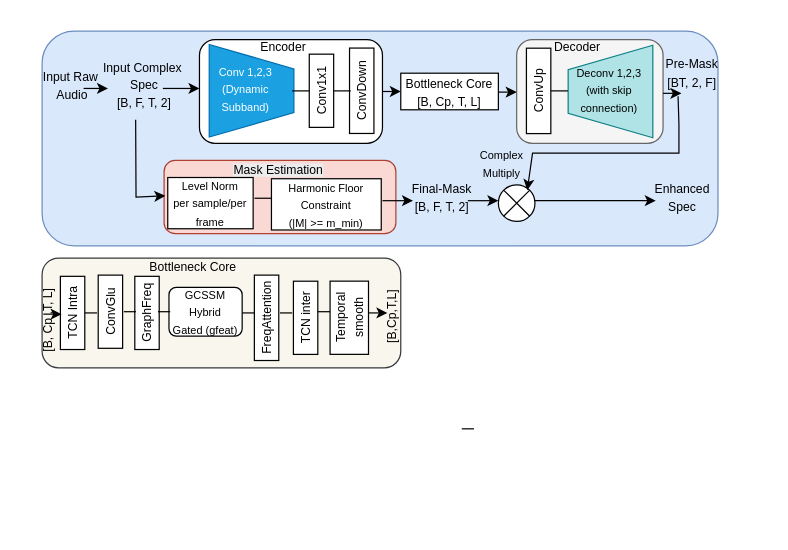
This is Untitled Diagram.drawio from drchk/Timeseries_fuction, a draw.io file, before an edit. Source tidied: cells renumbered, new cells numbered last; positions are measured from the earlier drawing's top-left corner, leaving out a move shared by most shapes. Both pictures are drawn from the tidied source at 122%, with x=0, y=0 at pixel (5, 28).
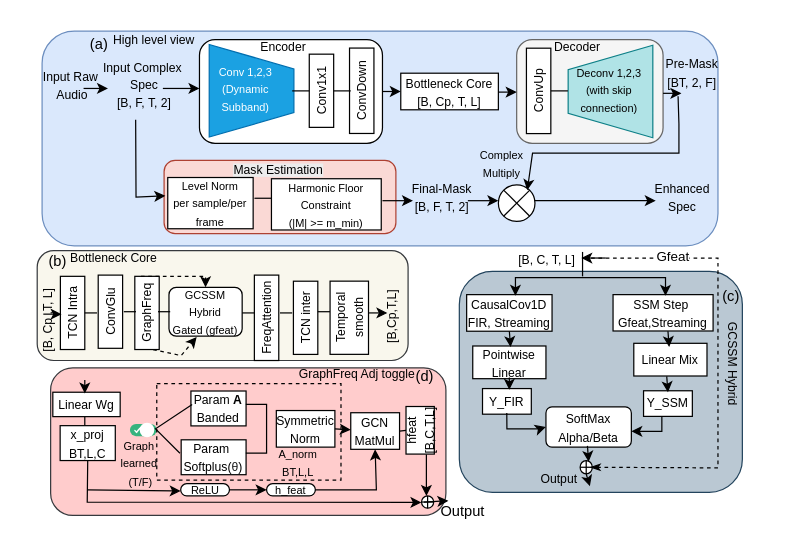
The same page after the edit.

Unchanged cells that the change refers to:
```xml
<mxCell id="45" value="&lt;font style=&quot;font-size: 10px;&quot;&gt;GraphFreq&lt;/font&gt;" style="rounded=0;whiteSpace=wrap;html=1;rotation=-90;" parent="1" vertex="1">
  <mxGeometry x="86" y="223" width="60" height="20" as="geometry" />
</mxCell>
<mxCell id="49" value="&lt;font style=&quot;font-size: 9px;&quot;&gt;GCSSM&lt;/font&gt;&lt;div&gt;&lt;font style=&quot;font-size: 9px;&quot;&gt;Hybrid&lt;/font&gt;&lt;/div&gt;&lt;div&gt;&lt;font style=&quot;font-size: 9px;&quot;&gt;Gated (gfeat)&lt;/font&gt;&lt;/div&gt;" style="rounded=1;whiteSpace=wrap;html=1;" parent="1" vertex="1">
  <mxGeometry x="134" y="212" width="60" height="40" as="geometry" />
</mxCell>
```

What changed in the source:
```diff
@@
+    <mxCell id="60" style="rounded=1;whiteSpace=wrap;html=1;fillColor=#ffcccc;strokeColor=#36393d;" parent="1" vertex="1">
+      <mxGeometry x="37" y="278" width="324" height="121" as="geometry" />
+    </mxCell>
@@
     <mxCell id="12" style="endArrow=none;html=1;rounded=0;" parent="1" edge="1">
       <mxGeometry relative="1" as="geometry">
-        <mxPoint x="374" y="328" as="sourcePoint" />
-        <mxPoint x="384" y="328" as="targetPoint" />
+        <mxPoint x="65" y="333" as="sourcePoint" />
+        <mxPoint x="65" y="318" as="targetPoint" />
       </mxGeometry>
     </mxCell>
@@
     <mxCell id="41" style="rounded=1;whiteSpace=wrap;html=1;fillColor=#f9f7ed;strokeColor=#36393d;" parent="1" vertex="1">
-      <mxGeometry x="30" y="188" width="294" height="90" as="geometry" />
+      <mxGeometry x="26" y="182" width="304" height="90" as="geometry" />
     </mxCell>
     <mxCell id="42" value="&lt;font style=&quot;font-size: 10px;&quot;&gt;Bottleneck Core&lt;/font&gt;" style="text;html=1;whiteSpace=wrap;strokeColor=none;fillColor=none;align=center;verticalAlign=middle;rounded=0;" parent="1" vertex="1">
-      <mxGeometry x="114" y="180" width="80" height="30" as="geometry" />
+      <mxGeometry x="49" y="173" width="80" height="30" as="geometry" />
     </mxCell>
@@
+    <mxCell id="61" style="endArrow=classic;html=1;rounded=0;exitX=0;exitY=0.75;exitDx=0;exitDy=0;entryX=0.378;entryY=1.017;entryDx=0;entryDy=0;entryPerimeter=0;dashed=1;" parent="1" edge="1" source="45" target="49">
+      <mxGeometry relative="1" as="geometry">
+        <Array as="points">
+          <mxPoint x="144" y="268" />
+        </Array>
+      </mxGeometry>
+    </mxCell>
+    <mxCell id="62" style="endArrow=classic;html=1;rounded=0;exitX=1;exitY=0.25;exitDx=0;exitDy=0;entryX=0.5;entryY=0;entryDx=0;entryDy=0;dashed=1;" parent="1" edge="1" source="45" target="49">
+      <mxGeometry relative="1" as="geometry">
+        <Array as="points">
+          <mxPoint x="164" y="203" />
+        </Array>
+      </mxGeometry>
+    </mxCell>
+    <mxCell id="63" style="rounded=1;whiteSpace=wrap;html=1;fillColor=#bac8d3;strokeColor=#23445d;" parent="1" vertex="1">
+      <mxGeometry x="372" y="199" width="232" height="181" as="geometry" />
+    </mxCell>
+    <mxCell id="64" value="&lt;font style=&quot;font-size: 10px;&quot;&gt;GCSSM Hybrid&lt;/font&gt;" style="text;html=1;whiteSpace=wrap;strokeColor=none;fillColor=none;align=center;verticalAlign=middle;rounded=0;rotation=90;" parent="1" vertex="1">
+      <mxGeometry x="527" y="260" width="140" height="30" as="geometry" />
+    </mxCell>
+    <mxCell id="65" value="&lt;font style=&quot;font-size: 10px;&quot;&gt;CausalCov1D&lt;/font&gt;&lt;div&gt;&lt;font style=&quot;font-size: 10px;&quot;&gt;FIR, Streaming&lt;/font&gt;&lt;/div&gt;" style="rounded=0;whiteSpace=wrap;html=1;" parent="1" vertex="1">
+      <mxGeometry x="378" y="218" width="70" height="30" as="geometry" />
+    </mxCell>
+    <mxCell id="66" value="&lt;font style=&quot;font-size: 10px;&quot;&gt;Pointwise&lt;/font&gt;&lt;div&gt;&lt;font style=&quot;font-size: 10px;&quot;&gt;Linear&lt;/font&gt;&lt;/div&gt;" style="rounded=0;whiteSpace=wrap;html=1;" parent="1" vertex="1">
+      <mxGeometry x="383" y="260.1" width="60" height="26.8" as="geometry" />
+    </mxCell>
+    <mxCell id="67" value="&lt;font style=&quot;font-size: 10px;&quot;&gt;Y_FIR&lt;/font&gt;" style="rounded=0;whiteSpace=wrap;html=1;" parent="1" vertex="1">
+      <mxGeometry x="391" y="295" width="40" height="21" as="geometry" />
+    </mxCell>
+    <mxCell id="68" style="endArrow=classic;html=1;rounded=0;exitX=0.5;exitY=1;exitDx=0;exitDy=0;" parent="1" edge="1" source="65">
+      <mxGeometry relative="1" as="geometry">
+        <mxPoint x="414" y="261" as="targetPoint" />
+      </mxGeometry>
+    </mxCell>
+    <mxCell id="69" style="endArrow=classic;html=1;rounded=0;" parent="1" edge="1">
+      <mxGeometry relative="1" as="geometry">
+        <mxPoint x="413" y="286" as="sourcePoint" />
+        <mxPoint x="413" y="296" as="targetPoint" />
+        <Array as="points">
+          <mxPoint x="413" y="296" />
+        </Array>
+      </mxGeometry>
+    </mxCell>
+    <mxCell id="70" style="endArrow=classic;html=1;rounded=0;entryX=0;entryY=0.5;entryDx=0;entryDy=0;" parent="1" edge="1" target="71">
+      <mxGeometry relative="1" as="geometry">
+        <mxPoint x="410.9" y="315" as="sourcePoint" />
+        <Array as="points">
+          <mxPoint x="411" y="328" />
+          <mxPoint x="438" y="328" />
+        </Array>
+      </mxGeometry>
+    </mxCell>
+    <mxCell id="71" value="&lt;font style=&quot;font-size: 10px;&quot;&gt;SoftMax&lt;/font&gt;&lt;div&gt;&lt;font style=&quot;font-size: 10px;&quot;&gt;Alpha/Beta&lt;/font&gt;&lt;/div&gt;" style="rounded=1;whiteSpace=wrap;html=1;" parent="1" vertex="1">
+      <mxGeometry x="443" y="310" width="70" height="33" as="geometry" />
+    </mxCell>
+    <mxCell id="72" value="&lt;span style=&quot;font-size: 10px;&quot;&gt;SSM Step&amp;nbsp;&lt;/span&gt;&lt;div&gt;&lt;span style=&quot;font-size: 10px;&quot;&gt;Gfeat,Streaming&lt;/span&gt;&lt;/div&gt;" style="rounded=0;whiteSpace=wrap;html=1;" parent="1" vertex="1">
+      <mxGeometry x="498" y="218" width="82" height="29.8" as="geometry" />
+    </mxCell>
+    <mxCell id="73" value="&lt;span style=&quot;font-size: 10px;&quot;&gt;Linear Mix&lt;/span&gt;" style="rounded=0;whiteSpace=wrap;html=1;" parent="1" vertex="1">
+      <mxGeometry x="515" y="257.9" width="60" height="26.8" as="geometry" />
+    </mxCell>
+    <mxCell id="74" value="&lt;font style=&quot;font-size: 10px;&quot;&gt;Y_SSM&lt;/font&gt;" style="rounded=0;whiteSpace=wrap;html=1;" parent="1" vertex="1">
+      <mxGeometry x="523" y="296.8" width="40" height="21" as="geometry" />
+    </mxCell>
+    <mxCell id="75" style="endArrow=classic;html=1;rounded=0;exitX=0.5;exitY=1;exitDx=0;exitDy=0;" parent="1" edge="1">
+      <mxGeometry relative="1" as="geometry">
+        <mxPoint x="543" y="248" as="sourcePoint" />
+        <mxPoint x="544" y="261" as="targetPoint" />
+      </mxGeometry>
+    </mxCell>
+    <mxCell id="76" style="endArrow=classic;html=1;rounded=0;exitX=0.5;exitY=1;exitDx=0;exitDy=0;" parent="1" edge="1">
+      <mxGeometry relative="1" as="geometry">
+        <mxPoint x="542" y="285" as="sourcePoint" />
+        <mxPoint x="543" y="298" as="targetPoint" />
+      </mxGeometry>
+    </mxCell>
+    <mxCell id="77" style="endArrow=classic;html=1;rounded=0;exitX=0.5;exitY=1;exitDx=0;exitDy=0;" parent="1" edge="1">
+      <mxGeometry relative="1" as="geometry">
+        <mxPoint x="538" y="317.8" as="sourcePoint" />
+        <mxPoint x="513" y="330" as="targetPoint" />
+        <Array as="points">
+          <mxPoint x="538" y="330" />
+        </Array>
+      </mxGeometry>
+    </mxCell>
+    <mxCell id="78" style="verticalLabelPosition=bottom;verticalAlign=top;html=1;shape=mxgraph.flowchart.summing_function;" parent="1" vertex="1">
+      <mxGeometry x="471" y="354" width="10" height="11" as="geometry" />
+    </mxCell>
+    <mxCell id="79" style="endArrow=classic;html=1;rounded=0;exitX=0.5;exitY=1;exitDx=0;exitDy=0;" parent="1" edge="1">
+      <mxGeometry relative="1" as="geometry">
+        <mxPoint x="477" y="342" as="sourcePoint" />
+        <mxPoint x="478" y="355" as="targetPoint" />
+      </mxGeometry>
+    </mxCell>
+    <mxCell id="80" style="endArrow=classic;html=1;rounded=0;exitX=0.5;exitY=1;exitDx=0;exitDy=0;exitPerimeter=0;" parent="1" edge="1" source="78">
+      <mxGeometry relative="1" as="geometry">
+        <mxPoint x="479" y="375" as="targetPoint" />
+      </mxGeometry>
+    </mxCell>
+    <mxCell id="81" style="endArrow=classic;startArrow=classic;html=1;rounded=0;" parent="1" edge="1">
+      <mxGeometry relative="1" as="geometry">
+        <mxPoint x="418" y="219" as="sourcePoint" />
+        <mxPoint x="541" y="219" as="targetPoint" />
+        <Array as="points">
+          <mxPoint x="418" y="204" />
+          <mxPoint x="541" y="204" />
+        </Array>
+      </mxGeometry>
+    </mxCell>
+    <mxCell id="82" style="endArrow=none;html=1;rounded=0;" parent="1" edge="1">
+      <mxGeometry relative="1" as="geometry">
+        <mxPoint x="473" y="203" as="sourcePoint" />
+        <mxPoint x="473" y="183" as="targetPoint" />
+      </mxGeometry>
+    </mxCell>
+    <mxCell id="83" value="&lt;font style=&quot;font-size: 10px;&quot;&gt;[B, C, T, L]&lt;/font&gt;" style="text;html=1;whiteSpace=wrap;strokeColor=none;fillColor=none;align=center;verticalAlign=middle;rounded=0;" parent="1" vertex="1">
+      <mxGeometry x="414" y="174" width="60" height="30" as="geometry" />
+    </mxCell>
+    <mxCell id="84" style="endArrow=classicThin;html=1;rounded=0;entryX=1;entryY=0.5;entryDx=0;entryDy=0;entryPerimeter=0;dashed=1;endFill=1;" parent="1" edge="1">
+      <mxGeometry relative="1" as="geometry">
+        <mxPoint x="474" y="188" as="sourcePoint" />
+        <mxPoint x="479" y="359.5" as="targetPoint" />
+        <Array as="points">
+          <mxPoint x="584" y="188" />
+          <mxPoint x="584" y="278" />
+          <mxPoint x="584" y="360" />
+        </Array>
+      </mxGeometry>
+    </mxCell>
+    <mxCell id="85" value="Gfeat" style="edgeLabel;html=1;align=center;verticalAlign=middle;" parent="84" vertex="1">
+      <mxGeometry x="-0.63" y="2" relative="1" as="geometry" />
+    </mxCell>
+    <mxCell id="86" style="endArrow=classic;html=1;rounded=0;" parent="1" edge="1">
+      <mxGeometry relative="1" as="geometry">
+        <mxPoint x="492" y="188" as="sourcePoint" />
+        <mxPoint x="472" y="188" as="targetPoint" />
+      </mxGeometry>
+    </mxCell>
+    <mxCell id="87" value="&lt;font style=&quot;font-size: 10px;&quot;&gt;Output&lt;/font&gt;" style="text;html=1;whiteSpace=wrap;strokeColor=none;fillColor=none;align=center;verticalAlign=middle;rounded=0;" parent="1" vertex="1">
+      <mxGeometry x="424" y="354" width="60" height="30" as="geometry" />
+    </mxCell>
+    <mxCell id="88" value="&lt;font style=&quot;font-size: 10px;&quot;&gt;Linear&amp;nbsp;&lt;/font&gt;&lt;span style=&quot;font-size: 10px; background-color: transparent; color: light-dark(rgb(0, 0, 0), rgb(255, 255, 255));&quot;&gt;Wg&lt;/span&gt;" style="rounded=0;whiteSpace=wrap;html=1;" parent="1" vertex="1">
+      <mxGeometry x="38.8" y="298" width="55.2" height="20" as="geometry" />
+    </mxCell>
+    <mxCell id="89" value="&lt;font style=&quot;font-size: 10px;&quot;&gt;x_proj&lt;/font&gt;&lt;div&gt;&lt;font style=&quot;font-size: 10px;&quot;&gt;BT,L,C&lt;/font&gt;&lt;/div&gt;" style="rounded=0;whiteSpace=wrap;html=1;" parent="1" vertex="1">
+      <mxGeometry x="44.8" y="325.4" width="45.2" height="28.6" as="geometry" />
+    </mxCell>
+    <mxCell id="90" value="&lt;span style=&quot;font-size: 10px;&quot;&gt;Param &lt;b&gt;A&lt;/b&gt;&lt;/span&gt;&lt;div&gt;&lt;span style=&quot;font-size: 10px;&quot;&gt;Banded&lt;/span&gt;&lt;/div&gt;" style="rounded=0;whiteSpace=wrap;html=1;" parent="1" vertex="1">
+      <mxGeometry x="152" y="297" width="45.2" height="28.6" as="geometry" />
+    </mxCell>
+    <mxCell id="91" value="&lt;font style=&quot;font-size: 10px;&quot;&gt;Param&amp;nbsp;&lt;/font&gt;&lt;div&gt;&lt;font style=&quot;font-size: 10px;&quot;&gt;Softplus(&lt;span style=&quot;background-color: rgb(255, 255, 255); color: rgb(32, 33, 34); font-family: sans-serif; text-align: start;&quot;&gt;θ&lt;/span&gt;&lt;span style=&quot;background-color: transparent; color: light-dark(rgb(0, 0, 0), rgb(255, 255, 255));&quot;&gt;)&lt;/span&gt;&lt;/font&gt;&lt;/div&gt;" style="rounded=0;whiteSpace=wrap;html=1;" parent="1" vertex="1">
+      <mxGeometry x="144" y="337" width="53.2" height="28.6" as="geometry" />
+    </mxCell>
+    <mxCell id="92" style="fillColor=#36B37E;strokeColor=none;rounded=1;arcSize=50;sketch=0;hachureGap=4;fontFamily=Architects Daughter;fontSize=20;" parent="1" vertex="1">
+      <mxGeometry x="102" y="324" width="22" height="10" as="geometry" />
+    </mxCell>
+    <mxCell id="93" style="shape=ellipse;strokeColor=none;fillColor=#ffffff;sketch=0;hachureGap=4;fontFamily=Architects Daughter;fontSize=20;" parent="92" vertex="1">
+      <mxGeometry x="1" y="0.5" width="12" height="12" relative="1" as="geometry">
+        <mxPoint x="-14" y="-6" as="offset" />
+      </mxGeometry>
+    </mxCell>
+    <mxCell id="94" style="html=1;shadow=0;dashed=0;shape=mxgraph.atlassian.check;strokeColor=#ffffff;sketch=1;hachureGap=4;fontFamily=Architects Daughter;fontSize=20;" parent="92" vertex="1">
+      <mxGeometry y="0.5" width="6" height="5" relative="1" as="geometry">
+        <mxPoint x="4" y="-3" as="offset" />
+      </mxGeometry>
+    </mxCell>
+    <mxCell id="95" value="&lt;font style=&quot;font-size: 9px;&quot;&gt;Graph&amp;nbsp;&lt;/font&gt;&lt;div&gt;&lt;span style=&quot;font-size: 9px; background-color: transparent; color: light-dark(rgb(0, 0, 0), rgb(255, 255, 255));&quot;&gt;learned&amp;nbsp;&lt;/span&gt;&lt;/div&gt;&lt;div&gt;&lt;span style=&quot;font-size: 9px; background-color: transparent; color: light-dark(rgb(0, 0, 0), rgb(255, 255, 255));&quot;&gt;(T/F)&lt;/span&gt;&lt;/div&gt;" style="text;html=1;whiteSpace=wrap;strokeColor=none;fillColor=none;align=center;verticalAlign=middle;rounded=0;" parent="1" vertex="1">
+      <mxGeometry x="80.8" y="341.2" width="60" height="30" as="geometry" />
+    </mxCell>
+    <mxCell id="96" style="rounded=0;whiteSpace=wrap;html=1;fillColor=none;dashed=1;" parent="1" vertex="1">
+      <mxGeometry x="124" y="290.9" width="151" height="79.1" as="geometry" />
+    </mxCell>
+    <mxCell id="97" style="endArrow=none;html=1;rounded=0;exitX=0.627;exitY=0.671;exitDx=0;exitDy=0;exitPerimeter=0;" parent="1" edge="1">
+      <mxGeometry relative="1" as="geometry">
+        <mxPoint x="197" y="348" as="sourcePoint" />
+        <mxPoint x="197" y="308" as="targetPoint" />
+        <Array as="points">
+          <mxPoint x="214" y="348" />
+          <mxPoint x="214" y="308" />
+        </Array>
+      </mxGeometry>
+    </mxCell>
+    <mxCell id="98" style="endArrow=none;html=1;rounded=0;" parent="1" edge="1">
+      <mxGeometry relative="1" as="geometry">
+        <mxPoint x="153" y="308" as="sourcePoint" />
+        <mxPoint x="143" y="348" as="targetPoint" />
+        <Array as="points">
+          <mxPoint x="123" y="328" />
+        </Array>
+      </mxGeometry>
+    </mxCell>
+    <mxCell id="99" value="&lt;font style=&quot;font-size: 10px;&quot;&gt;Symmetric&lt;/font&gt;&lt;div&gt;&lt;font style=&quot;font-size: 10px;&quot;&gt;Norm&lt;/font&gt;&lt;/div&gt;" style="rounded=0;whiteSpace=wrap;html=1;" parent="1" vertex="1">
+      <mxGeometry x="222" y="313" width="48" height="30" as="geometry" />
+    </mxCell>
+    <mxCell id="100" value="&lt;font style=&quot;font-size: 9px;&quot;&gt;A_norm&lt;/font&gt;&lt;div&gt;&lt;font style=&quot;font-size: 9px;&quot;&gt;BT,L,L&lt;/font&gt;&lt;/div&gt;" style="text;html=1;whiteSpace=wrap;strokeColor=none;fillColor=none;align=center;verticalAlign=middle;rounded=0;" parent="1" vertex="1">
+      <mxGeometry x="210" y="340.2" width="60" height="30" as="geometry" />
+    </mxCell>
+    <mxCell id="101" value="&lt;font style=&quot;font-size: 10px;&quot;&gt;GCN&lt;/font&gt;&lt;div&gt;&lt;font style=&quot;font-size: 10px;&quot;&gt;MatMul&lt;/font&gt;&lt;/div&gt;" style="rounded=0;whiteSpace=wrap;html=1;" parent="1" vertex="1">
+      <mxGeometry x="283" y="314.8" width="40" height="30" as="geometry" />
+    </mxCell>
+    <mxCell id="102" style="endArrow=classic;html=1;rounded=0;exitX=1;exitY=0.5;exitDx=0;exitDy=0;" parent="1" edge="1" source="99" target="101">
+      <mxGeometry relative="1" as="geometry" />
+    </mxCell>
+    <mxCell id="103" value="&lt;font style=&quot;font-size: 10px;&quot;&gt;hfeat&lt;/font&gt;&lt;div&gt;&lt;font style=&quot;font-size: 10px;&quot;&gt;[B,C,T,L]&lt;/font&gt;&lt;/div&gt;" style="rounded=0;whiteSpace=wrap;html=1;rotation=-90;" parent="1" vertex="1">
+      <mxGeometry x="320.4" y="317.6" width="39" height="23.2" as="geometry" />
+    </mxCell>
+    <mxCell id="104" style="endArrow=classic;html=1;rounded=0;" parent="1" edge="1">
+      <mxGeometry relative="1" as="geometry">
+        <mxPoint x="65" y="288" as="sourcePoint" />
+        <mxPoint x="65" y="299" as="targetPoint" />
+      </mxGeometry>
+    </mxCell>
+    <mxCell id="105" style="verticalLabelPosition=bottom;verticalAlign=top;html=1;shape=mxgraph.flowchart.summing_function;" parent="1" vertex="1">
+      <mxGeometry x="341" y="383" width="10" height="10" as="geometry" />
+    </mxCell>
+    <mxCell id="106" style="endArrow=none;html=1;rounded=0;exitX=1;exitY=0.5;exitDx=0;exitDy=0;entryX=0.5;entryY=0;entryDx=0;entryDy=0;" parent="1" edge="1" source="101" target="103">
+      <mxGeometry relative="1" as="geometry" />
+    </mxCell>
+    <mxCell id="107" style="endArrow=classic;html=1;rounded=0;exitX=0.5;exitY=1;exitDx=0;exitDy=0;entryX=0.938;entryY=0.912;entryDx=0;entryDy=0;entryPerimeter=0;" parent="1" edge="1" source="89" target="60">
+      <mxGeometry relative="1" as="geometry">
+        <Array as="points">
+          <mxPoint x="67" y="388" />
+        </Array>
+      </mxGeometry>
+    </mxCell>
+    <mxCell id="108" value="&lt;font style=&quot;font-size: 9px;&quot;&gt;ReLU&lt;/font&gt;" style="rounded=1;whiteSpace=wrap;html=1;arcSize=50;" parent="1" vertex="1">
+      <mxGeometry x="143.6" y="373" width="40" height="10" as="geometry" />
+    </mxCell>
+    <mxCell id="109" value="&lt;font style=&quot;font-size: 9px;&quot;&gt;h_feat&lt;/font&gt;" style="rounded=1;whiteSpace=wrap;html=1;arcSize=50;" parent="1" vertex="1">
+      <mxGeometry x="214" y="373" width="40" height="10" as="geometry" />
+    </mxCell>
+    <mxCell id="110" style="endArrow=classic;html=1;rounded=0;entryX=0;entryY=0.5;entryDx=0;entryDy=0;" parent="1" edge="1">
+      <mxGeometry relative="1" as="geometry">
+        <mxPoint x="67" y="378" as="sourcePoint" />
+        <mxPoint x="143.6" y="379" as="targetPoint" />
+      </mxGeometry>
+    </mxCell>
+    <mxCell id="111" style="endArrow=classic;html=1;rounded=0;entryX=0.969;entryY=0.641;entryDx=0;entryDy=0;entryPerimeter=0;" parent="1" edge="1">
+      <mxGeometry relative="1" as="geometry">
+        <mxPoint x="184" y="378" as="sourcePoint" />
+        <mxPoint x="214" y="378" as="targetPoint" />
+      </mxGeometry>
+    </mxCell>
+    <mxCell id="112" style="endArrow=classic;html=1;rounded=0;exitX=1;exitY=0.5;exitDx=0;exitDy=0;entryX=0.5;entryY=1;entryDx=0;entryDy=0;" parent="1" edge="1" source="109" target="101">
+      <mxGeometry relative="1" as="geometry">
+        <Array as="points">
+          <mxPoint x="304" y="378" />
+        </Array>
+      </mxGeometry>
+    </mxCell>
+    <mxCell id="113" style="endArrow=classic;html=1;rounded=0;entryX=0.5;entryY=0;entryDx=0;entryDy=0;entryPerimeter=0;" parent="1" edge="1">
+      <mxGeometry relative="1" as="geometry">
+        <mxPoint x="345" y="349" as="sourcePoint" />
+        <mxPoint x="345" y="383" as="targetPoint" />
+      </mxGeometry>
+    </mxCell>
+    <mxCell id="114" value="Output" style="text;html=1;whiteSpace=wrap;strokeColor=none;fillColor=none;align=center;verticalAlign=middle;rounded=0;" parent="1" vertex="1">
+      <mxGeometry x="345" y="381" width="60" height="30" as="geometry" />
+    </mxCell>
+    <mxCell id="115" style="endArrow=classic;html=1;rounded=0;" parent="1" edge="1">
+      <mxGeometry relative="1" as="geometry">
+        <mxPoint x="343" y="388" as="sourcePoint" />
+        <mxPoint x="363" y="387" as="targetPoint" />
+      </mxGeometry>
+    </mxCell>
+    <mxCell id="116" value="(a)" style="text;html=1;whiteSpace=wrap;strokeColor=none;fillColor=none;align=center;verticalAlign=middle;rounded=0;" parent="1" vertex="1">
+      <mxGeometry x="47" y="-2" width="60" height="30" as="geometry" />
+    </mxCell>
+    <mxCell id="117" value="(b)" style="text;html=1;whiteSpace=wrap;strokeColor=none;fillColor=none;align=center;verticalAlign=middle;rounded=0;" parent="1" vertex="1">
+      <mxGeometry x="13" y="176" width="60" height="30" as="geometry" />
+    </mxCell>
+    <mxCell id="118" value="(c)" style="text;html=1;whiteSpace=wrap;strokeColor=none;fillColor=none;align=center;verticalAlign=middle;rounded=0;" parent="1" vertex="1">
+      <mxGeometry x="565" y="205" width="60" height="30" as="geometry" />
+    </mxCell>
+    <mxCell id="119" value="(d)" style="text;html=1;whiteSpace=wrap;strokeColor=none;fillColor=none;align=center;verticalAlign=middle;rounded=0;" parent="1" vertex="1">
+      <mxGeometry x="314.4" y="270" width="60" height="30" as="geometry" />
+    </mxCell>
+    <mxCell id="120" value="&lt;font style=&quot;font-size: 10px;&quot;&gt;GraphFreq Adj toggle&lt;/font&gt;" style="text;html=1;whiteSpace=wrap;strokeColor=none;fillColor=none;align=center;verticalAlign=middle;rounded=0;" parent="1" vertex="1">
+      <mxGeometry x="228" y="268" width="121" height="30" as="geometry" />
+    </mxCell>
+    <mxCell id="121" value="&lt;font style=&quot;font-size: 10px;&quot;&gt;High level view&lt;/font&gt;" style="text;html=1;whiteSpace=wrap;strokeColor=none;fillColor=none;align=center;verticalAlign=middle;rounded=0;" parent="1" vertex="1">
+      <mxGeometry x="82" y="-6" width="80" height="30" as="geometry" />
+    </mxCell>
```
